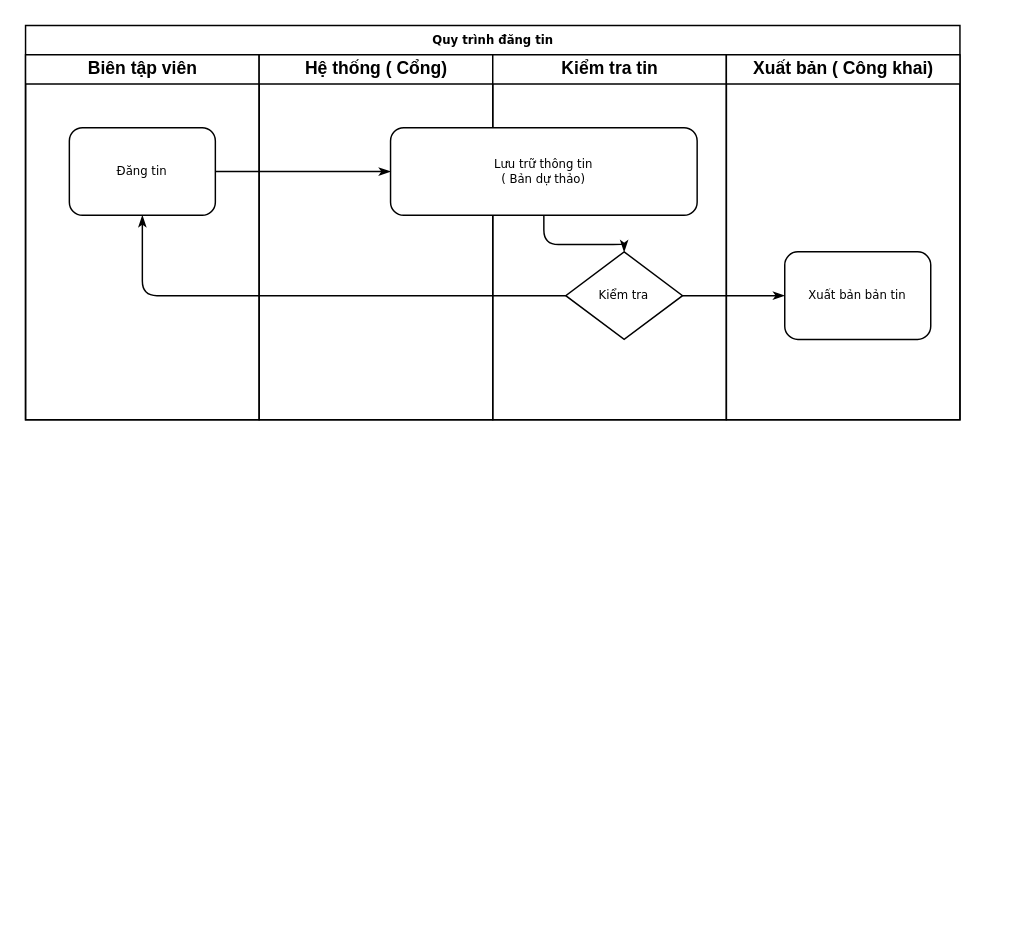
Above: Quy trình đăng tin.drawio in handbg/dxviet (draw.io), before the change. Source tidied: cells renumbered, new cells numbered last; positions are measured from the earlier drawing's top-left corner, leaving out a move shared by most shapes. Both pictures are drawn from the tidied source at 146%, with x=0, y=0 at pixel (25, 25).
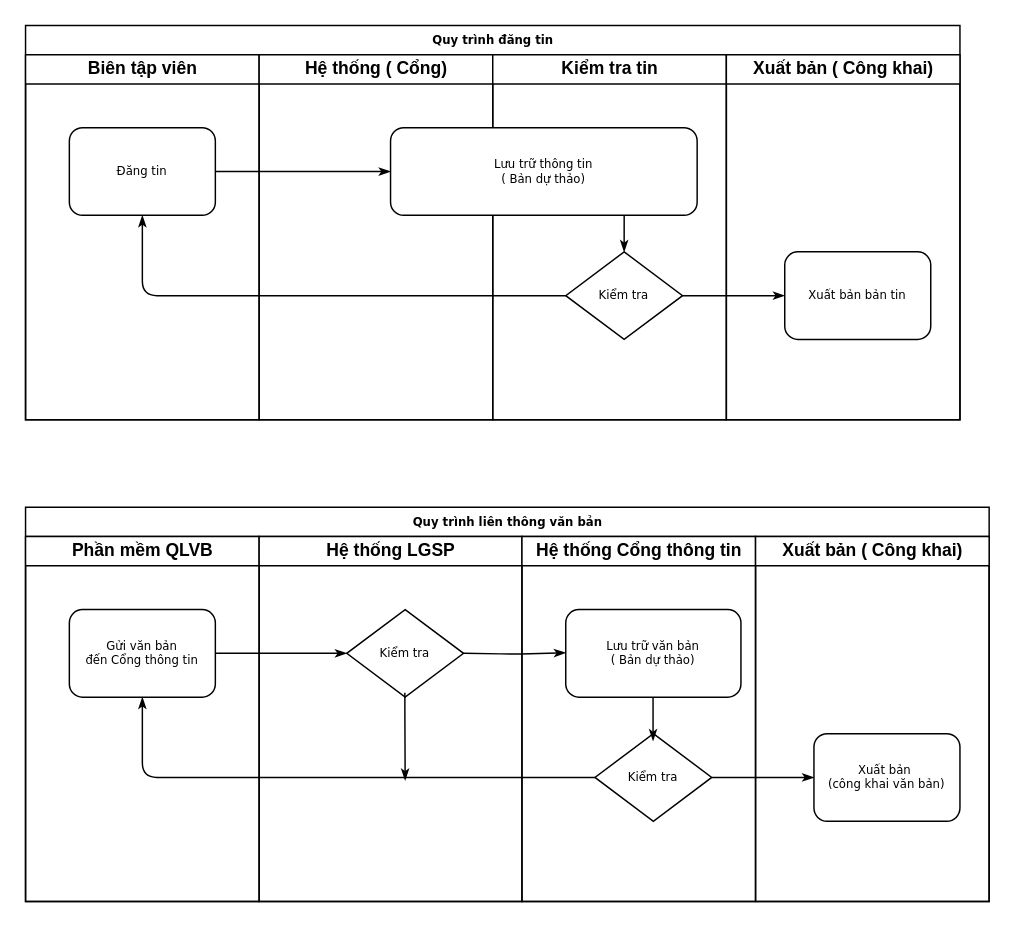
Above is the later version.

Unchanged cells that the change refers to:
```xml
<mxCell id="6" value="Kiểm tra tin" style="swimlane;html=1;startSize=20;" parent="2" vertex="1">
  <mxGeometry x="320" y="20" width="160" height="250" as="geometry" />
</mxCell>
<mxCell id="7" value="Lưu trữ thông tin&lt;br&gt;( Bản dự thảo)" style="rounded=1;whiteSpace=wrap;html=1;shadow=0;labelBackgroundColor=none;strokeWidth=1;fontFamily=Verdana;fontSize=8;align=center;" parent="6" vertex="1">
  <mxGeometry x="-70" y="50" width="210" height="60" as="geometry" />
</mxCell>
<mxCell id="8" value="Kiểm tra" style="rhombus;whiteSpace=wrap;html=1;rounded=0;shadow=0;labelBackgroundColor=none;strokeWidth=1;fontFamily=Verdana;fontSize=8;align=center;" parent="6" vertex="1">
  <mxGeometry x="50" y="135" width="80" height="60" as="geometry" />
</mxCell>
```

The edit, as a diff of the source:
```diff
@@
-    <mxCell id="9" style="edgeStyle=orthogonalEdgeStyle;rounded=1;html=1;labelBackgroundColor=none;startArrow=none;startFill=0;startSize=5;endArrow=classicThin;endFill=1;endSize=5;jettySize=auto;strokeWidth=1;fontFamily=Verdana;fontSize=8;" parent="6" edge="1" source="7" target="8">
+    <mxCell id="9" style="edgeStyle=orthogonalEdgeStyle;rounded=1;html=1;labelBackgroundColor=none;startArrow=none;startFill=0;startSize=5;endArrow=classicThin;endFill=1;endSize=5;jettySize=auto;strokeWidth=1;fontFamily=Verdana;fontSize=8;exitX=0.762;exitY=1.003;exitDx=0;exitDy=0;exitPerimeter=0;" parent="6" edge="1" source="7" target="8">
       <mxGeometry relative="1" as="geometry" />
     </mxCell>
@@
+    <mxCell id="15" value="Quy trình liên thông văn bản" style="swimlane;html=1;startSize=20;rounded=0;shadow=0;labelBackgroundColor=none;strokeWidth=1;fontFamily=Verdana;fontSize=8;align=center;" parent="1" vertex="1">
+      <mxGeometry y="330" width="660" height="270" as="geometry" />
+    </mxCell>
+    <mxCell id="16" value="Phần mềm QLVB" style="swimlane;html=1;startSize=20;" parent="15" vertex="1">
+      <mxGeometry y="20" width="160" height="250" as="geometry" />
+    </mxCell>
+    <mxCell id="17" value="Gửi văn bản &lt;br&gt;đến Cổng thông tin" style="rounded=1;whiteSpace=wrap;html=1;shadow=0;labelBackgroundColor=none;strokeWidth=1;fontFamily=Verdana;fontSize=8;align=center;" parent="16" vertex="1">
+      <mxGeometry x="30" y="50" width="100" height="60" as="geometry" />
+    </mxCell>
+    <mxCell id="18" value="Hệ thống LGSP" style="swimlane;html=1;startSize=20;" parent="15" vertex="1">
+      <mxGeometry x="160" y="20" width="180" height="250" as="geometry" />
+    </mxCell>
+    <mxCell id="19" value="Kiểm tra" style="rhombus;whiteSpace=wrap;html=1;rounded=0;shadow=0;labelBackgroundColor=none;strokeWidth=1;fontFamily=Verdana;fontSize=8;align=center;" parent="18" vertex="1">
+      <mxGeometry x="60" y="50" width="80" height="60" as="geometry" />
+    </mxCell>
+    <mxCell id="20" value="Hệ thống Cổng thông tin" style="swimlane;html=1;startSize=20;" parent="15" vertex="1">
+      <mxGeometry x="340" y="20" width="160" height="250" as="geometry" />
+    </mxCell>
+    <mxCell id="21" value="Kiểm tra" style="rhombus;whiteSpace=wrap;html=1;rounded=0;shadow=0;labelBackgroundColor=none;strokeWidth=1;fontFamily=Verdana;fontSize=8;align=center;" parent="20" vertex="1">
+      <mxGeometry x="50" y="135" width="80" height="60" as="geometry" />
+    </mxCell>
+    <mxCell id="22" value="Lưu trữ văn bản&lt;br&gt;( Bản dự thảo)" style="rounded=1;whiteSpace=wrap;html=1;shadow=0;labelBackgroundColor=none;strokeWidth=1;fontFamily=Verdana;fontSize=8;align=center;" parent="20" vertex="1">
+      <mxGeometry x="30" y="50" width="120" height="60" as="geometry" />
+    </mxCell>
+    <mxCell id="23" style="edgeStyle=orthogonalEdgeStyle;rounded=1;html=1;labelBackgroundColor=none;startArrow=none;startFill=0;startSize=5;endArrow=classicThin;endFill=1;endSize=5;jettySize=auto;orthogonalLoop=1;strokeWidth=1;fontFamily=Verdana;fontSize=8;" parent="20" edge="1">
+      <mxGeometry relative="1" as="geometry">
+        <mxPoint x="-40" y="80" as="sourcePoint" />
+        <mxPoint x="30" y="79.6" as="targetPoint" />
+      </mxGeometry>
+    </mxCell>
+    <mxCell id="24" style="edgeStyle=orthogonalEdgeStyle;rounded=1;html=1;labelBackgroundColor=none;startArrow=none;startFill=0;startSize=5;endArrow=classicThin;endFill=1;endSize=5;jettySize=auto;orthogonalLoop=1;strokeWidth=1;fontFamily=Verdana;fontSize=8;" parent="20" edge="1">
+      <mxGeometry relative="1" as="geometry">
+        <mxPoint x="89.8" y="110" as="sourcePoint" />
+        <mxPoint x="89.8" y="140" as="targetPoint" />
+        <Array as="points">
+          <mxPoint x="89.8" y="120" />
+          <mxPoint x="89.8" y="120" />
+        </Array>
+      </mxGeometry>
+    </mxCell>
+    <mxCell id="25" style="edgeStyle=orthogonalEdgeStyle;rounded=1;html=1;labelBackgroundColor=none;startArrow=none;startFill=0;startSize=5;endArrow=classicThin;endFill=1;endSize=5;jettySize=auto;orthogonalLoop=1;strokeWidth=1;fontFamily=Verdana;fontSize=8;" parent="20" edge="1">
+      <mxGeometry relative="1" as="geometry">
+        <mxPoint x="-80.2" y="107" as="sourcePoint" />
+        <mxPoint x="-80" y="167" as="targetPoint" />
+        <Array as="points">
+          <mxPoint x="-80.2" y="117" />
+          <mxPoint x="-80.2" y="117" />
+        </Array>
+      </mxGeometry>
+    </mxCell>
+    <mxCell id="26" style="edgeStyle=orthogonalEdgeStyle;rounded=1;html=1;labelBackgroundColor=none;startArrow=none;startFill=0;startSize=5;endArrow=classicThin;endFill=1;endSize=5;jettySize=auto;strokeWidth=1;fontFamily=Verdana;fontSize=8;" parent="15" edge="1" source="17">
+      <mxGeometry relative="1" as="geometry">
+        <mxPoint x="220" y="100" as="targetPoint" />
+      </mxGeometry>
+    </mxCell>
+    <mxCell id="27" style="edgeStyle=orthogonalEdgeStyle;rounded=1;html=1;labelBackgroundColor=none;startArrow=none;startFill=0;startSize=5;endArrow=classicThin;endFill=1;endSize=5;jettySize=auto;strokeWidth=1;fontFamily=Verdana;fontSize=8;" parent="15" edge="1" source="21" target="17">
+      <mxGeometry relative="1" as="geometry" />
+    </mxCell>
+    <mxCell id="28" style="edgeStyle=orthogonalEdgeStyle;rounded=1;html=1;labelBackgroundColor=none;startArrow=none;startFill=0;startSize=5;endArrow=classicThin;endFill=1;endSize=5;jettySize=auto;strokeWidth=1;fontFamily=Verdana;fontSize=8;" parent="15" edge="1" source="21" target="30">
+      <mxGeometry relative="1" as="geometry" />
+    </mxCell>
+    <mxCell id="29" value="Xuất bản ( Công khai)" style="swimlane;html=1;startSize=20;" parent="15" vertex="1">
+      <mxGeometry x="500" y="20" width="160" height="250" as="geometry" />
+    </mxCell>
+    <mxCell id="30" value="Xuất bản&amp;nbsp;&lt;br&gt;(công khai văn bản)" style="rounded=1;whiteSpace=wrap;html=1;shadow=0;labelBackgroundColor=none;strokeWidth=1;fontFamily=Verdana;fontSize=8;align=center;" parent="29" vertex="1">
+      <mxGeometry x="40" y="135" width="100" height="60" as="geometry" />
+    </mxCell>
```
